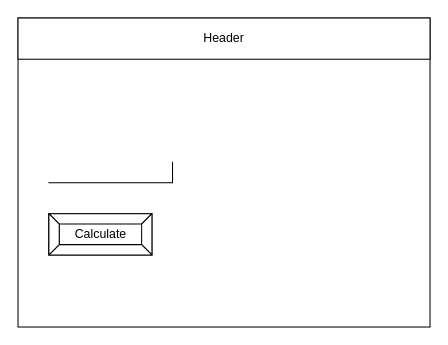
Above: design/story-board.drawio in Lucas-Tyman/ICS2O-Unit5-06-HTML (draw.io), before the change. Source tidied: cells renumbered, new cells numbered last; positions are measured from the earlier drawing's top-left corner, leaving out a move shared by most shapes. Both pictures are drawn from the tidied source at 103%, with x=0, y=0 at pixel (18, 18).
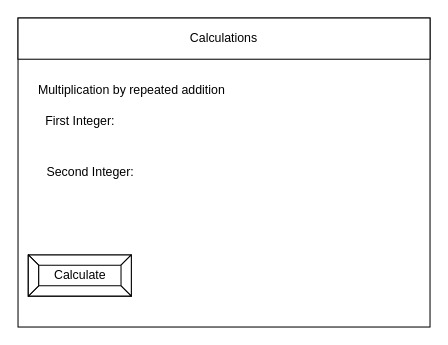
The same diagram, later.

Diff of the diagram source:
```diff
@@
 <mxGraphModel>
   <root>
     <mxCell id="0" />
     <mxCell id="1" parent="0" />
     <mxCell id="2" style="rounded=0;whiteSpace=wrap;html=1;" parent="1" vertex="1">
       <mxGeometry width="400" height="300" as="geometry" />
     </mxCell>
-    <mxCell id="3" value="Header" style="rounded=0;whiteSpace=wrap;html=1;" parent="1" vertex="1">
+    <mxCell id="3" value="Calculations" style="rounded=0;whiteSpace=wrap;html=1;" parent="1" vertex="1">
       <mxGeometry width="400" height="40" as="geometry" />
     </mxCell>
-    <mxCell id="4" style="shape=partialRectangle;whiteSpace=wrap;html=1;top=0;left=0;fillColor=none;" parent="1" vertex="1">
-      <mxGeometry x="30" y="140" width="120" height="20" as="geometry" />
-    </mxCell>
     <mxCell id="5" value="Calculate" style="labelPosition=center;verticalLabelPosition=middle;align=center;html=1;shape=mxgraph.basic.button;dx=10;" parent="1" vertex="1">
-      <mxGeometry x="30" y="190" width="100" height="40" as="geometry" />
+      <mxGeometry x="10" y="230" width="100" height="40" as="geometry" />
     </mxCell>
+    <mxCell id="6" value="Multiplication by repeated addition" style="text;html=1;align=center;verticalAlign=middle;strokeColor=none;fillColor=none;" parent="1" vertex="1">
+      <mxGeometry x="10" y="60" width="200" height="20" as="geometry" />
+    </mxCell>
+    <mxCell id="7" value="First Integer:" style="text;html=1;align=center;verticalAlign=middle;strokeColor=none;fillColor=none;" parent="1" vertex="1">
+      <mxGeometry x="20" y="90" width="80" height="20" as="geometry" />
+    </mxCell>
+    <mxCell id="8" value="Second Integer:" style="text;html=1;align=center;verticalAlign=middle;strokeColor=none;fillColor=none;" parent="1" vertex="1">
+      <mxGeometry x="20" y="140" width="100" height="20" as="geometry" />
+    </mxCell>
   </root>
 </mxGraphModel>
```
